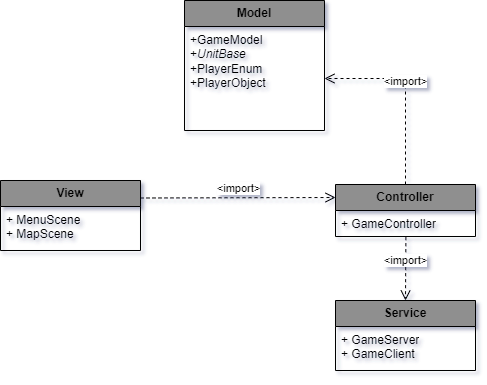
Earlier version of the draw.io export Documents/Diagram/Package.png (GrG0312/Szakdolgozat). Source tidied: cells renumbered, new cells last; positions are measured from the earlier drawing's top-left corner, leaving out a move shared by most shapes. Source of this version:
```xml
<mxGraphModel>
  <root>
    <mxCell id="0" />
    <mxCell id="1" parent="0" />
    <mxCell id="2" value="Model" style="swimlane;fontStyle=1;horizontal=1;startSize=26;fillColor=#8f8f8f;whiteSpace=wrap;html=1;" parent="1" vertex="1">
      <mxGeometry x="184" width="140" height="130" as="geometry" />
    </mxCell>
    <mxCell id="3" value="+GameModel&lt;div&gt;+&lt;i&gt;UnitBase&lt;/i&gt;&lt;/div&gt;&lt;div&gt;+PlayerEnum&lt;/div&gt;&lt;div&gt;+PlayerObject&lt;/div&gt;" style="text;strokeColor=none;fillColor=none;align=left;verticalAlign=top;spacingLeft=4;spacingRight=4;overflow=hidden;points=[[0,0.5],[1,0.5]];portConstraint=eastwest;whiteSpace=wrap;html=1;" parent="2" vertex="1">
      <mxGeometry y="26" width="140" height="104" as="geometry" />
    </mxCell>
    <mxCell id="4" value="View" style="swimlane;fontStyle=1;horizontal=1;startSize=26;fillColor=#8f8f8f;whiteSpace=wrap;html=1;" parent="1" vertex="1">
      <mxGeometry y="180" width="140" height="70" as="geometry" />
    </mxCell>
    <mxCell id="5" value="+ MenuScene&lt;div&gt;+ MapScene&lt;/div&gt;&lt;div&gt;&lt;br&gt;&lt;/div&gt;" style="text;strokeColor=none;fillColor=none;align=left;verticalAlign=top;spacingLeft=4;spacingRight=4;overflow=hidden;points=[[0,0.5],[1,0.5]];portConstraint=eastwest;whiteSpace=wrap;html=1;" parent="4" vertex="1">
      <mxGeometry y="26" width="140" height="44" as="geometry" />
    </mxCell>
    <mxCell id="6" value="Controller" style="swimlane;fontStyle=1;horizontal=1;startSize=26;fillColor=#8f8f8f;whiteSpace=wrap;html=1;" parent="1" vertex="1">
      <mxGeometry x="335" y="184" width="140" height="52" as="geometry" />
    </mxCell>
    <mxCell id="7" value="+ GameController" style="text;strokeColor=none;fillColor=none;align=left;verticalAlign=top;spacingLeft=4;spacingRight=4;overflow=hidden;points=[[0,0.5],[1,0.5]];portConstraint=eastwest;whiteSpace=wrap;html=1;" parent="6" vertex="1">
      <mxGeometry y="26" width="140" height="26" as="geometry" />
    </mxCell>
    <mxCell id="8" value="Service" style="swimlane;fontStyle=1;horizontal=1;startSize=26;fillColor=#8f8f8f;whiteSpace=wrap;html=1;" parent="1" vertex="1">
      <mxGeometry x="335" y="300" width="140" height="70" as="geometry" />
    </mxCell>
    <mxCell id="9" value="+ GameServer&lt;div&gt;+ GameClient&lt;/div&gt;" style="text;strokeColor=none;fillColor=none;align=left;verticalAlign=top;spacingLeft=4;spacingRight=4;overflow=hidden;whiteSpace=wrap;html=1;" parent="8" vertex="1">
      <mxGeometry y="26" width="140" height="44" as="geometry" />
    </mxCell>
    <mxCell id="10" value="&amp;lt;import&amp;gt;" style="html=1;verticalAlign=bottom;endArrow=open;dashed=1;endSize=8;curved=0;rounded=0;exitX=1;exitY=0.25;exitDx=0;exitDy=0;entryX=0;entryY=0.25;entryDx=0;entryDy=0;" parent="1" edge="1" source="4" target="6">
      <mxGeometry relative="1" as="geometry" />
    </mxCell>
    <mxCell id="11" value="&amp;lt;import&amp;gt;" style="html=1;verticalAlign=bottom;endArrow=open;dashed=1;endSize=8;curved=0;rounded=0;entryX=1;entryY=0.5;entryDx=0;entryDy=0;exitX=0.5;exitY=0;exitDx=0;exitDy=0;" parent="1" edge="1" source="6" target="3">
      <mxGeometry relative="1" as="geometry">
        <Array as="points">
          <mxPoint x="405" y="78" />
        </Array>
      </mxGeometry>
    </mxCell>
    <mxCell id="12" value="&amp;lt;import&amp;gt;" style="html=1;verticalAlign=bottom;endArrow=open;dashed=1;endSize=8;curved=0;rounded=0;exitX=0.503;exitY=1.027;exitDx=0;exitDy=0;exitPerimeter=0;entryX=0.5;entryY=0;entryDx=0;entryDy=0;" parent="1" edge="1" source="7" target="8">
      <mxGeometry relative="1" as="geometry" />
    </mxCell>
  </root>
</mxGraphModel>
```
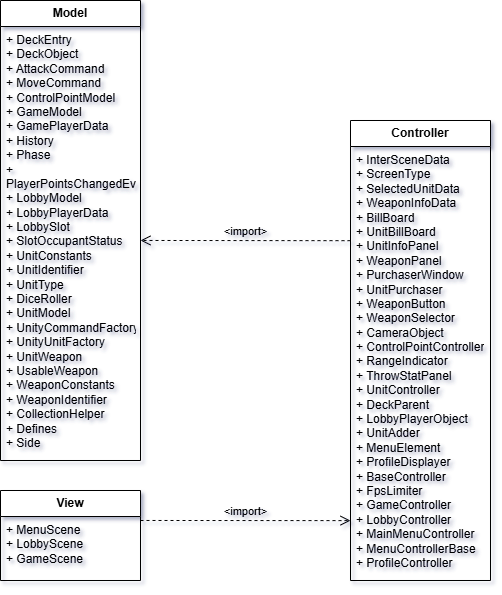
After the change.

The edit, as a diff of the source:
```diff
@@ -2,42 +2,29 @@
   <root>
     <mxCell id="0" />
     <mxCell id="1" parent="0" />
-    <mxCell id="2" value="Model" style="swimlane;fontStyle=1;horizontal=1;startSize=26;fillColor=#8f8f8f;whiteSpace=wrap;html=1;" parent="1" vertex="1">
-      <mxGeometry x="184" width="140" height="130" as="geometry" />
+    <mxCell id="2" value="Model" style="swimlane;fontStyle=1;horizontal=1;startSize=26;whiteSpace=wrap;html=1;labelBackgroundColor=none;" parent="1" vertex="1">
+      <mxGeometry x="10" y="-160" width="140" height="460" as="geometry" />
     </mxCell>
-    <mxCell id="3" value="+GameModel&lt;div&gt;+&lt;i&gt;UnitBase&lt;/i&gt;&lt;/div&gt;&lt;div&gt;+PlayerEnum&lt;/div&gt;&lt;div&gt;+PlayerObject&lt;/div&gt;" style="text;strokeColor=none;fillColor=none;align=left;verticalAlign=top;spacingLeft=4;spacingRight=4;overflow=hidden;points=[[0,0.5],[1,0.5]];portConstraint=eastwest;whiteSpace=wrap;html=1;" parent="2" vertex="1">
-      <mxGeometry y="26" width="140" height="104" as="geometry" />
+    <mxCell id="3" value="+ DeckEntry&lt;div&gt;+ DeckObject&lt;/div&gt;&lt;div&gt;+ AttackCommand&lt;/div&gt;&lt;div&gt;+ MoveCommand&lt;/div&gt;&lt;div&gt;+ ControlPointModel&lt;/div&gt;&lt;div&gt;&lt;/div&gt;+ GameModel&lt;div&gt;+ GamePlayerData&lt;/div&gt;&lt;div&gt;&lt;/div&gt;+ History&lt;div&gt;+ Phase&lt;/div&gt;&lt;div&gt;&lt;/div&gt;+ PlayerPointsChangedEventArgs&lt;div&gt;+ LobbyModel&lt;/div&gt;&lt;div&gt;&lt;/div&gt;+ LobbyPlayerData&lt;div&gt;+ LobbySlot&lt;/div&gt;&lt;div&gt;&lt;/div&gt;+ SlotOccupantStatus&lt;div&gt;+ UnitConstants&lt;/div&gt;&lt;div&gt;&lt;/div&gt;+ UnitIdentifier&lt;div&gt;+ UnitType&lt;/div&gt;&lt;div&gt;&lt;/div&gt;+ DiceRoller&lt;div&gt;+ UnitModel&lt;/div&gt;&lt;div&gt;&lt;/div&gt;+ UnityCommandFactory&lt;div&gt;+ UnityUnitFactory&lt;/div&gt;&lt;div&gt;&lt;/div&gt;+ UnitWeapon&lt;div&gt;+ UsableWeapon&lt;/div&gt;&lt;div&gt;&lt;/div&gt;+ WeaponConstants&lt;div&gt;+ WeaponIdentifier&lt;/div&gt;&lt;div&gt;&lt;/div&gt;+ CollectionHelper&lt;div&gt;+ Defines&lt;/div&gt;&lt;div&gt;&lt;/div&gt;+ Side" style="text;strokeColor=none;fillColor=none;align=left;verticalAlign=top;spacingLeft=4;spacingRight=4;overflow=hidden;points=[[0,0.5],[1,0.5]];portConstraint=eastwest;whiteSpace=wrap;html=1;labelBackgroundColor=none;" parent="2" vertex="1">
+      <mxGeometry y="26" width="140" height="434" as="geometry" />
     </mxCell>
-    <mxCell id="4" value="View" style="swimlane;fontStyle=1;horizontal=1;startSize=26;fillColor=#8f8f8f;whiteSpace=wrap;html=1;" parent="1" vertex="1">
-      <mxGeometry y="180" width="140" height="70" as="geometry" />
+    <mxCell id="4" value="View" style="swimlane;fontStyle=1;horizontal=1;startSize=26;whiteSpace=wrap;html=1;labelBackgroundColor=none;" parent="1" vertex="1">
+      <mxGeometry x="10" y="330" width="140" height="90" as="geometry" />
     </mxCell>
-    <mxCell id="5" value="+ MenuScene&lt;div&gt;+ MapScene&lt;/div&gt;&lt;div&gt;&lt;br&gt;&lt;/div&gt;" style="text;strokeColor=none;fillColor=none;align=left;verticalAlign=top;spacingLeft=4;spacingRight=4;overflow=hidden;points=[[0,0.5],[1,0.5]];portConstraint=eastwest;whiteSpace=wrap;html=1;" parent="4" vertex="1">
-      <mxGeometry y="26" width="140" height="44" as="geometry" />
+    <mxCell id="5" value="+ MenuScene&lt;div&gt;+ LobbyScene&lt;/div&gt;&lt;div&gt;+ GameScene&lt;/div&gt;" style="text;strokeColor=none;fillColor=none;align=left;verticalAlign=top;spacingLeft=4;spacingRight=4;overflow=hidden;points=[[0,0.5],[1,0.5]];portConstraint=eastwest;whiteSpace=wrap;html=1;labelBackgroundColor=none;" parent="4" vertex="1">
+      <mxGeometry y="26" width="140" height="64" as="geometry" />
     </mxCell>
-    <mxCell id="6" value="Controller" style="swimlane;fontStyle=1;horizontal=1;startSize=26;fillColor=#8f8f8f;whiteSpace=wrap;html=1;" parent="1" vertex="1">
-      <mxGeometry x="335" y="184" width="140" height="52" as="geometry" />
+    <mxCell id="6" value="Controller" style="swimlane;fontStyle=1;horizontal=1;startSize=26;whiteSpace=wrap;html=1;labelBackgroundColor=none;" parent="1" vertex="1">
+      <mxGeometry x="360" y="-40" width="140" height="460" as="geometry" />
     </mxCell>
-    <mxCell id="7" value="+ GameController" style="text;strokeColor=none;fillColor=none;align=left;verticalAlign=top;spacingLeft=4;spacingRight=4;overflow=hidden;points=[[0,0.5],[1,0.5]];portConstraint=eastwest;whiteSpace=wrap;html=1;" parent="6" vertex="1">
-      <mxGeometry y="26" width="140" height="26" as="geometry" />
+    <mxCell id="7" value="+ InterSceneData&lt;div&gt;+ ScreenType&lt;/div&gt;&lt;div&gt;+ SelectedUnitData&lt;/div&gt;&lt;div&gt;+ WeaponInfoData&lt;/div&gt;&lt;div&gt;+ BillBoard&lt;/div&gt;&lt;div&gt;+ UnitBillBoard&lt;/div&gt;&lt;div&gt;+ UnitInfoPanel&lt;/div&gt;&lt;div&gt;+ WeaponPanel&lt;/div&gt;&lt;div&gt;+ PurchaserWindow&lt;/div&gt;&lt;div&gt;+ UnitPurchaser&lt;/div&gt;&lt;div&gt;&lt;/div&gt;+ WeaponButton&lt;div&gt;+ WeaponSelector&lt;/div&gt;&lt;div&gt;&lt;/div&gt;+ CameraObject&lt;div&gt;+ ControlPointController&lt;/div&gt;&lt;div&gt;&lt;/div&gt;+ RangeIndicator&lt;div&gt;+ ThrowStatPanel&lt;/div&gt;&lt;div&gt;&lt;/div&gt;+ UnitController&lt;div&gt;+ DeckParent&lt;/div&gt;&lt;div&gt;&lt;/div&gt;+ LobbyPlayerObject&lt;div&gt;+ UnitAdder&lt;/div&gt;&lt;div&gt;&lt;/div&gt;+ MenuElement&lt;div&gt;+ ProfileDisplayer&lt;/div&gt;&lt;div&gt;&lt;/div&gt;+ BaseController&lt;div&gt;+ FpsLimiter&lt;/div&gt;&lt;div&gt;&lt;/div&gt;+ GameController&lt;div&gt;+ LobbyController&lt;/div&gt;&lt;div&gt;&lt;/div&gt;+ MainMenuController&lt;div&gt;+ MenuControllerBase&lt;/div&gt;&lt;div&gt;&lt;/div&gt;+ ProfileController" style="text;strokeColor=none;fillColor=none;align=left;verticalAlign=top;spacingLeft=4;spacingRight=4;overflow=hidden;points=[[0,0.5],[1,0.5]];portConstraint=eastwest;whiteSpace=wrap;html=1;labelBackgroundColor=none;" parent="6" vertex="1">
+      <mxGeometry y="26" width="140" height="434" as="geometry" />
     </mxCell>
-    <mxCell id="8" value="Service" style="swimlane;fontStyle=1;horizontal=1;startSize=26;fillColor=#8f8f8f;whiteSpace=wrap;html=1;" parent="1" vertex="1">
-      <mxGeometry x="335" y="300" width="140" height="70" as="geometry" />
-    </mxCell>
-    <mxCell id="9" value="+ GameServer&lt;div&gt;+ GameClient&lt;/div&gt;" style="text;strokeColor=none;fillColor=none;align=left;verticalAlign=top;spacingLeft=4;spacingRight=4;overflow=hidden;whiteSpace=wrap;html=1;" parent="8" vertex="1">
-      <mxGeometry y="26" width="140" height="44" as="geometry" />
-    </mxCell>
-    <mxCell id="10" value="&amp;lt;import&amp;gt;" style="html=1;verticalAlign=bottom;endArrow=open;dashed=1;endSize=8;curved=0;rounded=0;exitX=1;exitY=0.25;exitDx=0;exitDy=0;entryX=0;entryY=0.25;entryDx=0;entryDy=0;" parent="1" edge="1" source="4" target="6">
+    <mxCell id="10" value="&amp;lt;import&amp;gt;" style="html=1;verticalAlign=bottom;endArrow=open;dashed=1;endSize=8;curved=0;rounded=0;labelBackgroundColor=none;fontColor=default;entryX=0;entryY=0.862;entryDx=0;entryDy=0;entryPerimeter=0;exitX=1;exitY=0.062;exitDx=0;exitDy=0;exitPerimeter=0;" parent="1" edge="1" source="5" target="7">
       <mxGeometry relative="1" as="geometry" />
     </mxCell>
-    <mxCell id="11" value="&amp;lt;import&amp;gt;" style="html=1;verticalAlign=bottom;endArrow=open;dashed=1;endSize=8;curved=0;rounded=0;entryX=1;entryY=0.5;entryDx=0;entryDy=0;exitX=0.5;exitY=0;exitDx=0;exitDy=0;" parent="1" edge="1" source="6" target="3">
-      <mxGeometry relative="1" as="geometry">
-        <Array as="points">
-          <mxPoint x="405" y="78" />
-        </Array>
-      </mxGeometry>
+    <mxCell id="11" value="&amp;lt;import&amp;gt;" style="html=1;verticalAlign=bottom;endArrow=open;dashed=1;endSize=8;curved=0;rounded=0;labelBackgroundColor=none;fontColor=default;exitX=0;exitY=0.217;exitDx=0;exitDy=0;exitPerimeter=0;entryX=1;entryY=0.493;entryDx=0;entryDy=0;entryPerimeter=0;" parent="1" edge="1" source="7" target="3">
+      <mxGeometry relative="1" as="geometry" />
     </mxCell>
-    <mxCell id="12" value="&amp;lt;import&amp;gt;" style="html=1;verticalAlign=bottom;endArrow=open;dashed=1;endSize=8;curved=0;rounded=0;exitX=0.503;exitY=1.027;exitDx=0;exitDy=0;exitPerimeter=0;entryX=0.5;entryY=0;entryDx=0;entryDy=0;" parent="1" edge="1" source="7" target="8">
-      <mxGeometry relative="1" as="geometry" />
-    </mxCell>
   </root>
 </mxGraphModel>
```
